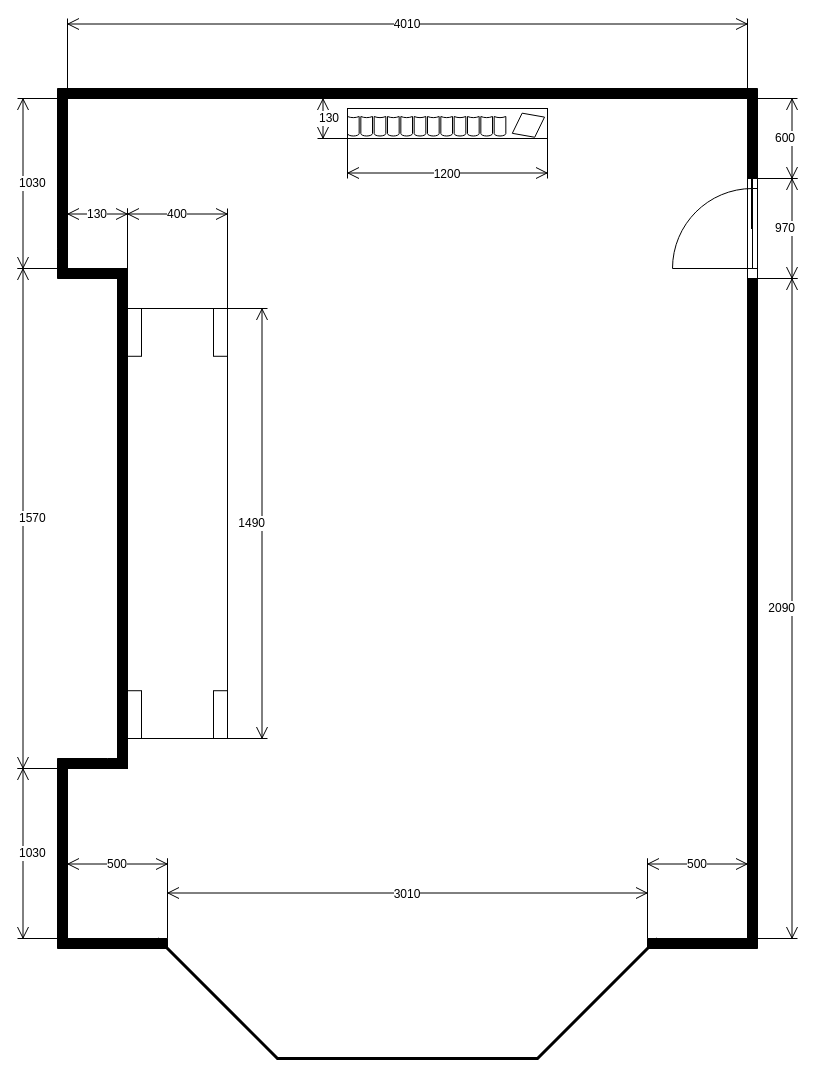
myqueues/diy keeps this draw.io diagram as lounge.drawio. Above is the earlier version. Source tidied: cells renumbered, new cells numbered last; positions are measured from the earlier drawing's top-left corner, leaving out a move shared by most shapes. Both pictures are drawn from the tidied source at 100%, with x=0, y=0 at pixel (17, 18).
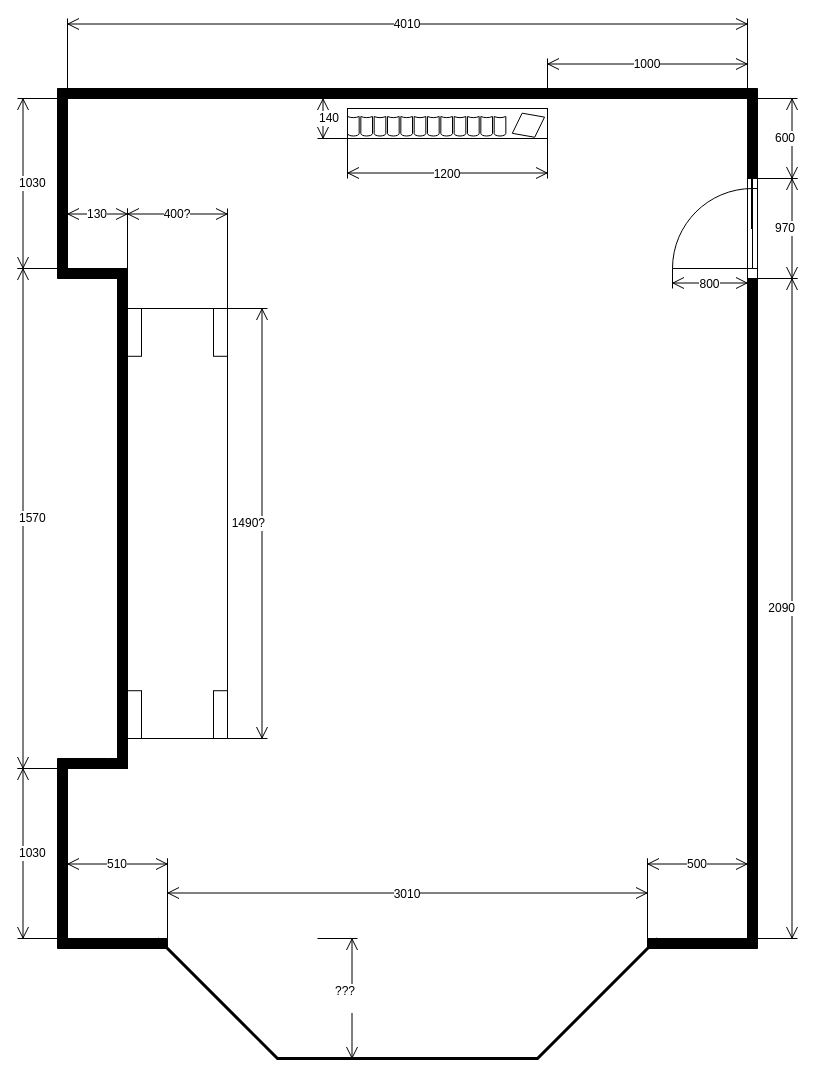
Above is the later version.

Commit message:
tweaked some dimensions.  incomplete

What changed in the source:
```diff
@@
-    <mxCell id="19" value="1490" style="shape=dimension;direction=north;whiteSpace=wrap;html=1;align=right;verticalAlign=middle;labelBackgroundColor=#ffffff;" parent="1" vertex="1">
+    <mxCell id="19" value="1490?" style="shape=dimension;direction=north;whiteSpace=wrap;html=1;align=right;verticalAlign=middle;labelBackgroundColor=#ffffff;" parent="1" vertex="1">
       <mxGeometry x="210" y="290" width="40" height="430" as="geometry" />
     </mxCell>
@@
-    <mxCell id="21" value="400" style="shape=dimension;direction=west;whiteSpace=wrap;html=1;align=center;verticalAlign=top;spacingTop=-8;labelBackgroundColor=#ffffff;" parent="1" vertex="1">
+    <mxCell id="21" value="400?" style="shape=dimension;direction=west;whiteSpace=wrap;html=1;align=center;verticalAlign=top;spacingTop=-8;labelBackgroundColor=#ffffff;" parent="1" vertex="1">
       <mxGeometry x="110" y="190" width="100" height="100" as="geometry" />
     </mxCell>
-    <mxCell id="22" value="500" style="shape=dimension;direction=west;whiteSpace=wrap;html=1;align=center;verticalAlign=top;spacingTop=-8;labelBackgroundColor=#ffffff;" parent="1" vertex="1">
+    <mxCell id="22" value="510" style="shape=dimension;direction=west;whiteSpace=wrap;html=1;align=center;verticalAlign=top;spacingTop=-8;labelBackgroundColor=#ffffff;" parent="1" vertex="1">
       <mxGeometry x="50" y="840" width="100" height="80" as="geometry" />
     </mxCell>
@@
-    <mxCell id="27" value="130" style="shape=dimension;direction=south;whiteSpace=wrap;html=1;align=left;verticalAlign=middle;labelBackgroundColor=#ffffff;" parent="1" vertex="1">
+    <mxCell id="27" value="140" style="shape=dimension;direction=south;whiteSpace=wrap;html=1;align=left;verticalAlign=middle;labelBackgroundColor=#ffffff;" parent="1" vertex="1">
       <mxGeometry x="300" y="80" width="40" height="40" as="geometry" />
     </mxCell>
@@
+    <mxCell id="31" value="800" style="shape=dimension;whiteSpace=wrap;html=1;align=center;verticalAlign=bottom;spacingBottom=-5;labelBackgroundColor=#ffffff;" parent="1" vertex="1">
+      <mxGeometry x="655" y="250" width="75" height="20" as="geometry" />
+    </mxCell>
+    <mxCell id="32" value="1000" style="shape=dimension;direction=west;whiteSpace=wrap;html=1;align=center;verticalAlign=top;spacingTop=-8;labelBackgroundColor=#ffffff;" parent="1" vertex="1">
+      <mxGeometry x="530" y="40" width="200" height="40" as="geometry" />
+    </mxCell>
+    <mxCell id="33" value="&lt;div&gt;???&lt;/div&gt;&lt;div&gt;&lt;br&gt;&lt;/div&gt;" style="shape=dimension;direction=north;whiteSpace=wrap;html=1;align=right;verticalAlign=middle;labelBackgroundColor=#ffffff;" parent="1" vertex="1">
+      <mxGeometry x="300" y="920" width="40" height="120" as="geometry" />
+    </mxCell>
```
